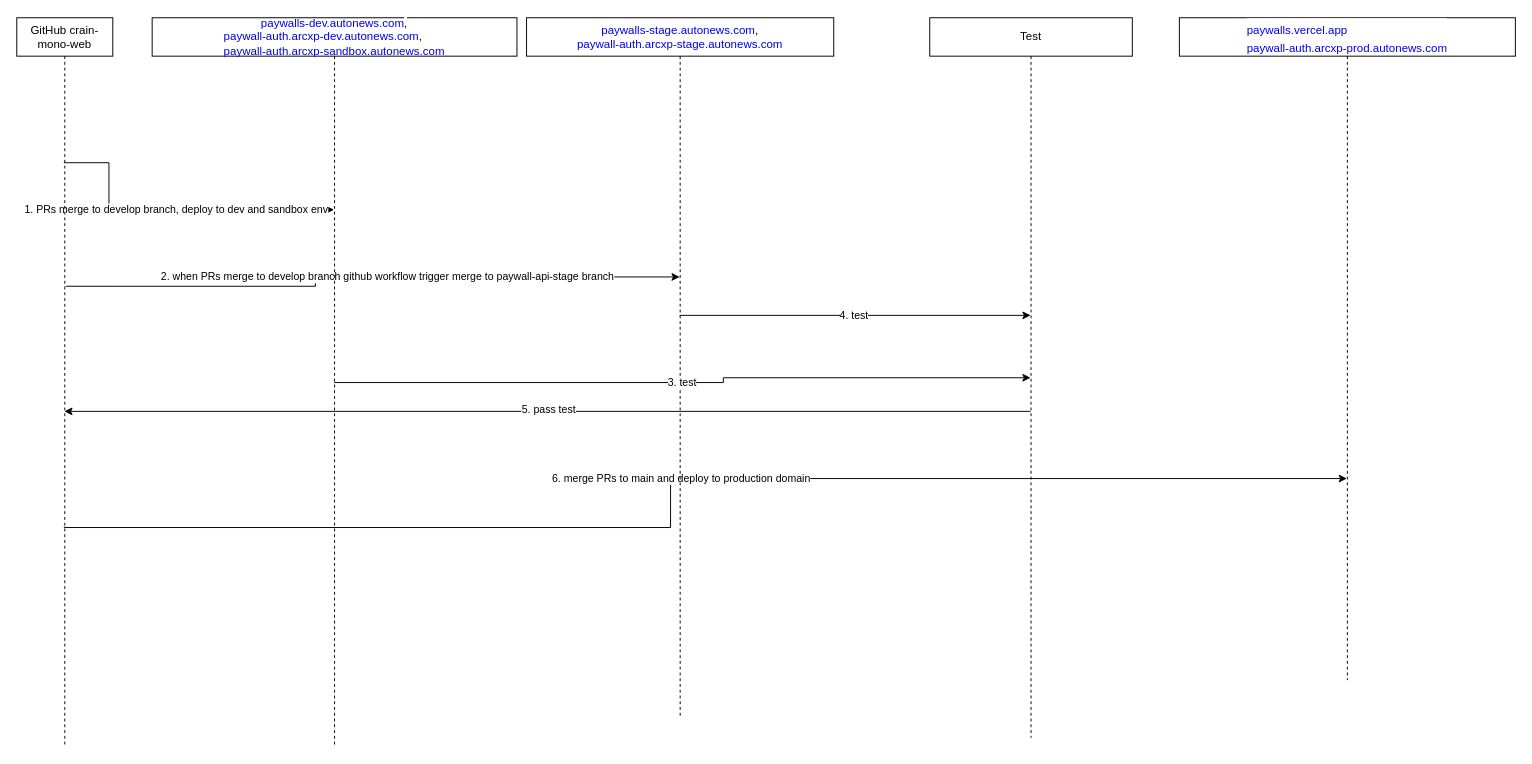
Earlier version of the draw.io diagram paywall-env.drawio (Cecilina/drawio). Source tidied: cells renumbered, new cells numbered last; positions are measured from the earlier drawing's top-left corner, leaving out a move shared by most shapes. Both pictures are drawn from the tidied source at 96%, with x=0, y=0 at pixel (16, 17).
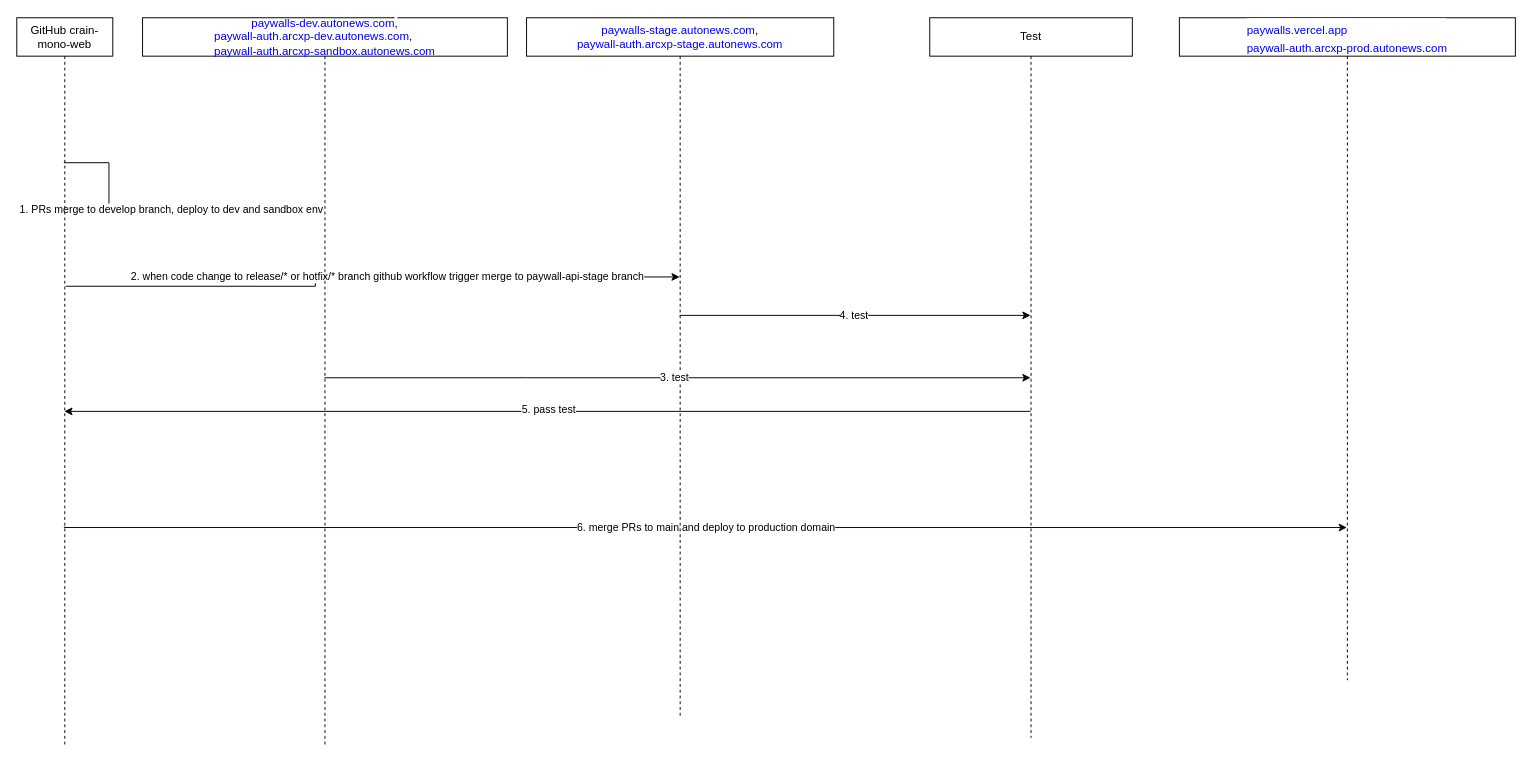
The same diagram, later.

Unchanged cells that the change refers to:
```xml
<mxCell id="3" style="edgeStyle=orthogonalEdgeStyle;rounded=0;jettySize=auto;html=1;curved=0;exitX=0.51;exitY=0.368;exitDx=0;exitDy=0;exitPerimeter=0;" parent="1" edge="1" source="6" target="10">
  <mxGeometry relative="1" as="geometry">
    <Array as="points">
      <mxPoint x="311" y="280" />
      <mxPoint x="311" y="270" />
    </Array>
  </mxGeometry>
</mxCell>
<mxCell id="11" value="Test" style="shape=umlLifeline;perimeter=lifelinePerimeter;whiteSpace=wrap;html=1;outlineConnect=0;portConstraint=eastwest;newEdgeStyle={&quot;curved&quot;:0,&quot;rounded&quot;:0};" parent="1" vertex="1">
  <mxGeometry x="951" width="211" height="750" as="geometry" />
</mxCell>
<mxCell id="16" value="&lt;h4 style=&quot;border-width: 0px; border-style: solid; border-color: hsla(var(--ds-gray-200-value),1); margin: 0px; --text-size: 1rem; --text-weight: 500; --text-line-height: 1.5rem; font-family: geistSansFont, &amp;quot;Apple Color Emoji&amp;quot;, &amp;quot;Segoe UI Emoji&amp;quot;, &amp;quot;Segoe UI Symbol&amp;quot;, arial; color: rgb(23, 23, 23); font-weight: var(--text-weight); line-height: var(--text-line-height); text-align: start; --text-letter-spacing: initial; box-sizing: border-box; --tw-border-spacing-x: 0; --tw-border-spacing-y: 0; --tw-translate-x: 0; --tw-translate-y: 0; --tw-rotate: 0; --tw-skew-x: 0; --tw-skew-y: 0; --tw-scale-x: 1; --tw-scale-y: 1; --tw-pan-x: ; --tw-pan-y: ; --tw-pinch-zoom: ; --tw-scroll-snap-strictness: proximity; --tw-gradient-from-position: ; --tw-gradient-via-position: ; --tw-gradient-to-position: ; --tw-ordinal: ; --tw-slashed-zero: ; --tw-numeric-figure: ; --tw-numeric-spacing: ; --tw-numeric-fraction: ; --tw-ring-inset: ; --tw-ring-offset-width: 0px; --tw-ring-offset-color: #fff; --tw-ring-color: rgba(147,197,253,.5); --tw-ring-offset-shadow: 0 0 #0000; --tw-ring-shadow: 0 0 #0000; --tw-shadow: 0 0 #0000; --tw-shadow-colored: 0 0 #0000; --tw-blur: ; --tw-brightness: ; --tw-contrast: ; --tw-grayscale: ; --tw-hue-rotate: ; --tw-invert: ; --tw-saturate: ; --tw-sepia: ; --tw-drop-shadow: ; --tw-backdrop-blur: ; --tw-backdrop-brightness: ; --tw-backdrop-contrast: ; --tw-backdrop-grayscale: ; --tw-backdrop-hue-rotate: ; --tw-backdrop-invert: ; --tw-backdrop-opacity: ; --tw-backdrop-saturate: ; --tw-backdrop-sepia: ; background-color: rgb(255, 255, 255); --text-color: var(--ds-gray-1000); overflow-wrap: anywhere; position: relative;&quot; class=&quot;text_wrapper__i87JK&quot;&gt;&lt;div style=&quot;border-width: 0px; border-style: solid; border-color: hsla(var(--ds-gray-200-value),1); box-sizing: border-box; --tw-border-spacing-x: 0; --tw-border-spacing-y: 0; --tw-translate-x: 0; --tw-translate-y: 0; --tw-rotate: 0; --tw-skew-x: 0; --tw-skew-y: 0; --tw-scale-x: 1; --tw-scale-y: 1; --tw-pan-x: ; --tw-pan-y: ; --tw-pinch-zoom: ; --tw-scroll-snap-strictness: proximity; --tw-gradient-from-position: ; --tw-gradient-via-position: ; --tw-gradient-to-position: ; --tw-ordinal: ; --tw-slashed-zero: ; --tw-numeric-figure: ; --tw-numeric-spacing: ; --tw-numeric-fraction: ; --tw-ring-inset: ; --tw-ring-offset-width: 0px; --tw-ring-offset-color: #fff; --tw-ring-color: rgba(147,197,253,.5); --tw-ring-offset-shadow: 0 0 #0000; --tw-ring-shadow: 0 0 #0000; --tw-shadow: 0 0 #0000; --tw-shadow-colored: 0 0 #0000; --tw-blur: ; --tw-brightness: ; --tw-contrast: ; --tw-grayscale: ; --tw-hue-rotate: ; --tw-invert: ; --tw-saturate: ; --tw-sepia: ; --tw-drop-shadow: ; --tw-backdrop-blur: ; --tw-backdrop-brightness: ; --tw-backdrop-contrast: ; --tw-backdrop-grayscale: ; --tw-backdrop-hue-rotate: ; --tw-backdrop-invert: ; --tw-backdrop-opacity: ; --tw-backdrop-saturate: ; --tw-backdrop-sepia: ; visibility: visible;&quot; class=&quot;jsx-7f6b6172870dc978&quot;&gt;&lt;a style=&quot;border-width: 0px; border-style: solid; border-color: hsla(var(--ds-gray-200-value),1); box-sizing: border-box; --tw-border-spacing-x: 0; --tw-border-spacing-y: 0; --tw-translate-x: 0; --tw-translate-y: 0; --tw-rotate: 0; --tw-skew-x: 0; --tw-skew-y: 0; --tw-scale-x: 1; --tw-scale-y: 1; --tw-pan-x: ; --tw-pan-y: ; --tw-pinch-zoom: ; --tw-scroll-snap-strictness: proximity; --tw-gradient-from-position: ; --tw-gradient-via-position: ; --tw-gradient-to-position: ; --tw-ordinal: ; --tw-slashed-zero: ; --tw-numeric-figure: ; --tw-numeric-spacing: ; --tw-numeric-fraction: ; --tw-ring-inset: ; --tw-ring-offset-width: 0px; --tw-ring-offset-color: #fff; --tw-ring-color: rgba(147,197,253,.5); --tw-ring-offset-shadow: 0 0 #0000; --tw-ring-shadow: 0 0 #0000; --tw-shadow: 0 0 #0000; --tw-shadow-colored: 0 0 #0000; --tw-blur: ; --tw-brightness: ; --tw-contrast: ; --tw-grayscale: ; --tw-hue-rotate: ; --tw-invert: ; --tw-saturate: ; --tw-sepia: ; --tw-drop-shadow: ; --tw-backdrop-blur: ; --tw-backdrop-brightness: ; --tw-backdrop-contrast: ; --tw-backdrop-grayscale: ; --tw-backdrop-hue-rotate: ; --tw-backdrop-invert: ; --tw-backdrop-opacity: ; --tw-backdrop-saturate: ; --tw-backdrop-sepia: ; -webkit-tap-highlight-color: rgba(0, 0, 0, 0); text-decoration-line: none; cursor: pointer; outline: none; align-items: flex-start; word-break: break-word; min-width: 0px;&quot; class=&quot;link_link__hbWKh alias-domain_aliasLink__RQP89&quot; target=&quot;_blank&quot; rel=&quot;noopener&quot; href=&quot;https://paywalls.vercel.app/&quot;&gt;paywalls.vercel.app&lt;/a&gt;&lt;/div&gt;&lt;/h4&gt;&lt;div style=&quot;text-wrap: nowrap; text-align: left;&quot;&gt;&lt;a style=&quot;border-width: 0px; border-style: solid; border-color: hsla(var(--ds-gray-200-value),1); box-sizing: border-box; --tw-border-spacing-x: 0; --tw-border-spacing-y: 0; --tw-translate-x: 0; --tw-translate-y: 0; --tw-rotate: 0; --tw-skew-x: 0; --tw-skew-y: 0; --tw-scale-x: 1; --tw-scale-y: 1; --tw-pan-x: ; --tw-pan-y: ; --tw-pinch-zoom: ; --tw-scroll-snap-strictness: proximity; --tw-gradient-from-position: ; --tw-gradient-via-position: ; --tw-gradient-to-position: ; --tw-ordinal: ; --tw-slashed-zero: ; --tw-numeric-figure: ; --tw-numeric-spacing: ; --tw-numeric-fraction: ; --tw-ring-inset: ; --tw-ring-offset-width: 0px; --tw-ring-offset-color: #fff; --tw-ring-color: rgba(147,197,253,.5); --tw-ring-offset-shadow: 0 0 #0000; --tw-ring-shadow: 0 0 #0000; --tw-shadow: 0 0 #0000; --tw-shadow-colored: 0 0 #0000; --tw-blur: ; --tw-brightness: ; --tw-contrast: ; --tw-grayscale: ; --tw-hue-rotate: ; --tw-invert: ; --tw-saturate: ; --tw-sepia: ; --tw-drop-shadow: ; --tw-backdrop-blur: ; --tw-backdrop-brightness: ; --tw-backdrop-contrast: ; --tw-backdrop-grayscale: ; --tw-backdrop-hue-rotate: ; --tw-backdrop-invert: ; --tw-backdrop-opacity: ; --tw-backdrop-saturate: ; --tw-backdrop-sepia: ; -webkit-tap-highlight-color: rgba(0, 0, 0, 0); text-decoration-line: none; cursor: pointer; outline: none; align-items: flex-start; word-break: break-word; font-family: geistSansFont, &amp;quot;Apple Color Emoji&amp;quot;, &amp;quot;Segoe UI Emoji&amp;quot;, &amp;quot;Segoe UI Symbol&amp;quot;, arial; text-wrap: wrap; min-width: 0px;&quot; class=&quot;link_link__hbWKh alias-domain_aliasLink__RQP89&quot; target=&quot;_blank&quot; rel=&quot;noopener&quot; href=&quot;https://paywall-auth.arcxp-dev.autonews.com/&quot;&gt;paywall-auth.arcxp-prod.autonews.com&lt;/a&gt;&lt;/div&gt;" style="shape=umlLifeline;perimeter=lifelinePerimeter;whiteSpace=wrap;html=1;outlineConnect=0;portConstraint=eastwest;newEdgeStyle={&quot;curved&quot;:0,&quot;rounded&quot;:0};" parent="1" vertex="1">
  <mxGeometry x="1211" width="350" height="690" as="geometry" />
</mxCell>
```

Change to the diagram source:
```diff
@@
-    <mxCell id="4" value="&lt;span style=&quot;text-align: left;&quot;&gt;2. when PRs merge to develop branch github workflow trigger merge to paywall-api-stage branch&lt;/span&gt;" style="edgeLabel;html=1;align=center;verticalAlign=middle;" parent="3" vertex="1">
+    <mxCell id="4" value="&lt;span style=&quot;text-align: left;&quot;&gt;2. when code change to release/* or hotfix/* branch github workflow trigger merge to paywall-api-stage branch&lt;/span&gt;" style="edgeLabel;html=1;align=center;verticalAlign=middle;" parent="3" vertex="1">
       <mxGeometry x="0.06" y="1" relative="1" as="geometry" />
     </mxCell>
     <mxCell id="5" value="6. merge PRs to main and deploy to production domain" style="edgeStyle=orthogonalEdgeStyle;rounded=0;jettySize=auto;html=1;curved=0;" parent="1" edge="1" target="16">
       <mxGeometry relative="1" as="geometry">
         <mxPoint x="49.5" y="530" as="sourcePoint" />
         <Array as="points">
           <mxPoint x="50" y="531" />
-          <mxPoint x="681" y="531" />
-          <mxPoint x="681" y="480" />
         </Array>
       </mxGeometry>
     </mxCell>
@@
     <mxCell id="7" value="&lt;a style=&quot;text-align: left; border-width: 0px; border-style: solid; border-color: hsla(var(--ds-gray-200-value),1); box-sizing: border-box; --tw-border-spacing-x: 0; --tw-border-spacing-y: 0; --tw-translate-x: 0; --tw-translate-y: 0; --tw-rotate: 0; --tw-skew-x: 0; --tw-skew-y: 0; --tw-scale-x: 1; --tw-scale-y: 1; --tw-pan-x: ; --tw-pan-y: ; --tw-pinch-zoom: ; --tw-scroll-snap-strictness: proximity; --tw-gradient-from-position: ; --tw-gradient-via-position: ; --tw-gradient-to-position: ; --tw-ordinal: ; --tw-slashed-zero: ; --tw-numeric-figure: ; --tw-numeric-spacing: ; --tw-numeric-fraction: ; --tw-ring-inset: ; --tw-ring-offset-width: 0px; --tw-ring-offset-color: #fff; --tw-ring-color: rgba(147,197,253,.5); --tw-ring-offset-shadow: 0 0 #0000; --tw-ring-shadow: 0 0 #0000; --tw-shadow: 0 0 #0000; --tw-shadow-colored: 0 0 #0000; --tw-blur: ; --tw-brightness: ; --tw-contrast: ; --tw-grayscale: ; --tw-hue-rotate: ; --tw-invert: ; --tw-saturate: ; --tw-sepia: ; --tw-drop-shadow: ; --tw-backdrop-blur: ; --tw-backdrop-brightness: ; --tw-backdrop-contrast: ; --tw-backdrop-grayscale: ; --tw-backdrop-hue-rotate: ; --tw-backdrop-invert: ; --tw-backdrop-opacity: ; --tw-backdrop-saturate: ; --tw-backdrop-sepia: ; -webkit-tap-highlight-color: rgba(0, 0, 0, 0); text-decoration-line: none; cursor: pointer; outline: none; align-items: flex-start; word-break: break-word; font-family: geistSansFont, &amp;quot;Apple Color Emoji&amp;quot;, &amp;quot;Segoe UI Emoji&amp;quot;, &amp;quot;Segoe UI Symbol&amp;quot;, arial; min-width: 0px;&quot; class=&quot;link_link__hbWKh alias-domain_aliasLink__RQP89&quot; target=&quot;_blank&quot; rel=&quot;noopener&quot; href=&quot;https://paywalls-dev.autonews.com/&quot;&gt;paywalls-dev.autonews.com&lt;/a&gt;&lt;span style=&quot;text-align: left; text-wrap: nowrap; background-color: rgb(255, 255, 255);&quot;&gt;,&lt;/span&gt;&lt;div style=&quot;text-wrap: nowrap; text-align: left;&quot;&gt;&lt;a style=&quot;border-width: 0px; border-style: solid; border-color: hsla(var(--ds-gray-200-value),1); box-sizing: border-box; --tw-border-spacing-x: 0; --tw-border-spacing-y: 0; --tw-translate-x: 0; --tw-translate-y: 0; --tw-rotate: 0; --tw-skew-x: 0; --tw-skew-y: 0; --tw-scale-x: 1; --tw-scale-y: 1; --tw-pan-x: ; --tw-pan-y: ; --tw-pinch-zoom: ; --tw-scroll-snap-strictness: proximity; --tw-gradient-from-position: ; --tw-gradient-via-position: ; --tw-gradient-to-position: ; --tw-ordinal: ; --tw-slashed-zero: ; --tw-numeric-figure: ; --tw-numeric-spacing: ; --tw-numeric-fraction: ; --tw-ring-inset: ; --tw-ring-offset-width: 0px; --tw-ring-offset-color: #fff; --tw-ring-color: rgba(147,197,253,.5); --tw-ring-offset-shadow: 0 0 #0000; --tw-ring-shadow: 0 0 #0000; --tw-shadow: 0 0 #0000; --tw-shadow-colored: 0 0 #0000; --tw-blur: ; --tw-brightness: ; --tw-contrast: ; --tw-grayscale: ; --tw-hue-rotate: ; --tw-invert: ; --tw-saturate: ; --tw-sepia: ; --tw-drop-shadow: ; --tw-backdrop-blur: ; --tw-backdrop-brightness: ; --tw-backdrop-contrast: ; --tw-backdrop-grayscale: ; --tw-backdrop-hue-rotate: ; --tw-backdrop-invert: ; --tw-backdrop-opacity: ; --tw-backdrop-saturate: ; --tw-backdrop-sepia: ; -webkit-tap-highlight-color: rgba(0, 0, 0, 0); text-decoration-line: none; cursor: pointer; outline: none; align-items: flex-start; word-break: break-word; font-family: geistSansFont, &amp;quot;Apple Color Emoji&amp;quot;, &amp;quot;Segoe UI Emoji&amp;quot;, &amp;quot;Segoe UI Symbol&amp;quot;, arial; text-wrap: wrap; min-width: 0px;&quot; class=&quot;link_link__hbWKh alias-domain_aliasLink__RQP89&quot; target=&quot;_blank&quot; rel=&quot;noopener&quot; href=&quot;https://paywall-auth.arcxp-dev.autonews.com/&quot;&gt;paywall-auth.arcxp-dev.autonews.com&lt;/a&gt;,&lt;br&gt;&lt;/div&gt;&lt;div style=&quot;text-wrap: nowrap; text-align: left;&quot;&gt;&lt;a style=&quot;border-width: 0px; border-style: solid; border-color: hsla(var(--ds-gray-200-value),1); box-sizing: border-box; --tw-border-spacing-x: 0; --tw-border-spacing-y: 0; --tw-translate-x: 0; --tw-translate-y: 0; --tw-rotate: 0; --tw-skew-x: 0; --tw-skew-y: 0; --tw-scale-x: 1; --tw-scale-y: 1; --tw-pan-x: ; --tw-pan-y: ; --tw-pinch-zoom: ; --tw-scroll-snap-strictness: proximity; --tw-gradient-from-position: ; --tw-gradient-via-position: ; --tw-gradient-to-position: ; --tw-ordinal: ; --tw-slashed-zero: ; --tw-numeric-figure: ; --tw-numeric-spacing: ; --tw-numeric-fraction: ; --tw-ring-inset: ; --tw-ring-offset-width: 0px; --tw-ring-offset-color: #fff; --tw-ring-color: rgba(147,197,253,.5); --tw-ring-offset-shadow: 0 0 #0000; --tw-ring-shadow: 0 0 #0000; --tw-shadow: 0 0 #0000; --tw-shadow-colored: 0 0 #0000; --tw-blur: ; --tw-brightness: ; --tw-contrast: ; --tw-grayscale: ; --tw-hue-rotate: ; --tw-invert: ; --tw-saturate: ; --tw-sepia: ; --tw-drop-shadow: ; --tw-backdrop-blur: ; --tw-backdrop-brightness: ; --tw-backdrop-contrast: ; --tw-backdrop-grayscale: ; --tw-backdrop-hue-rotate: ; --tw-backdrop-invert: ; --tw-backdrop-opacity: ; --tw-backdrop-saturate: ; --tw-backdrop-sepia: ; -webkit-tap-highlight-color: rgba(0, 0, 0, 0); text-decoration-line: none; cursor: pointer; outline: none; align-items: flex-start; word-break: break-word; font-family: geistSansFont, &amp;quot;Apple Color Emoji&amp;quot;, &amp;quot;Segoe UI Emoji&amp;quot;, &amp;quot;Segoe UI Symbol&amp;quot;, arial; text-wrap: wrap; min-width: 0px;&quot; class=&quot;link_link__hbWKh alias-domain_aliasLink__RQP89&quot; target=&quot;_blank&quot; rel=&quot;noopener&quot; href=&quot;https://paywall-auth.arcxp-dev.autonews.com/&quot;&gt;paywall-auth.arcxp-sandbox.autonews.com&lt;/a&gt;&lt;/div&gt;" style="shape=umlLifeline;perimeter=lifelinePerimeter;whiteSpace=wrap;html=1;outlineConnect=0;portConstraint=eastwest;newEdgeStyle={&quot;curved&quot;:0,&quot;rounded&quot;:0};" parent="1" vertex="1">
-      <mxGeometry x="141" width="380" height="760" as="geometry" />
+      <mxGeometry x="131" width="380" height="760" as="geometry" />
     </mxCell>
@@
     <mxCell id="12" style="edgeStyle=orthogonalEdgeStyle;rounded=0;jettySize=auto;html=1;curved=0;" parent="1" edge="1" source="7" target="11">
-      <mxGeometry relative="1" as="geometry" />
+      <mxGeometry relative="1" as="geometry">
+        <Array as="points">
+          <mxPoint x="531" y="375" />
+          <mxPoint x="531" y="375" />
+        </Array>
+      </mxGeometry>
     </mxCell>
```
